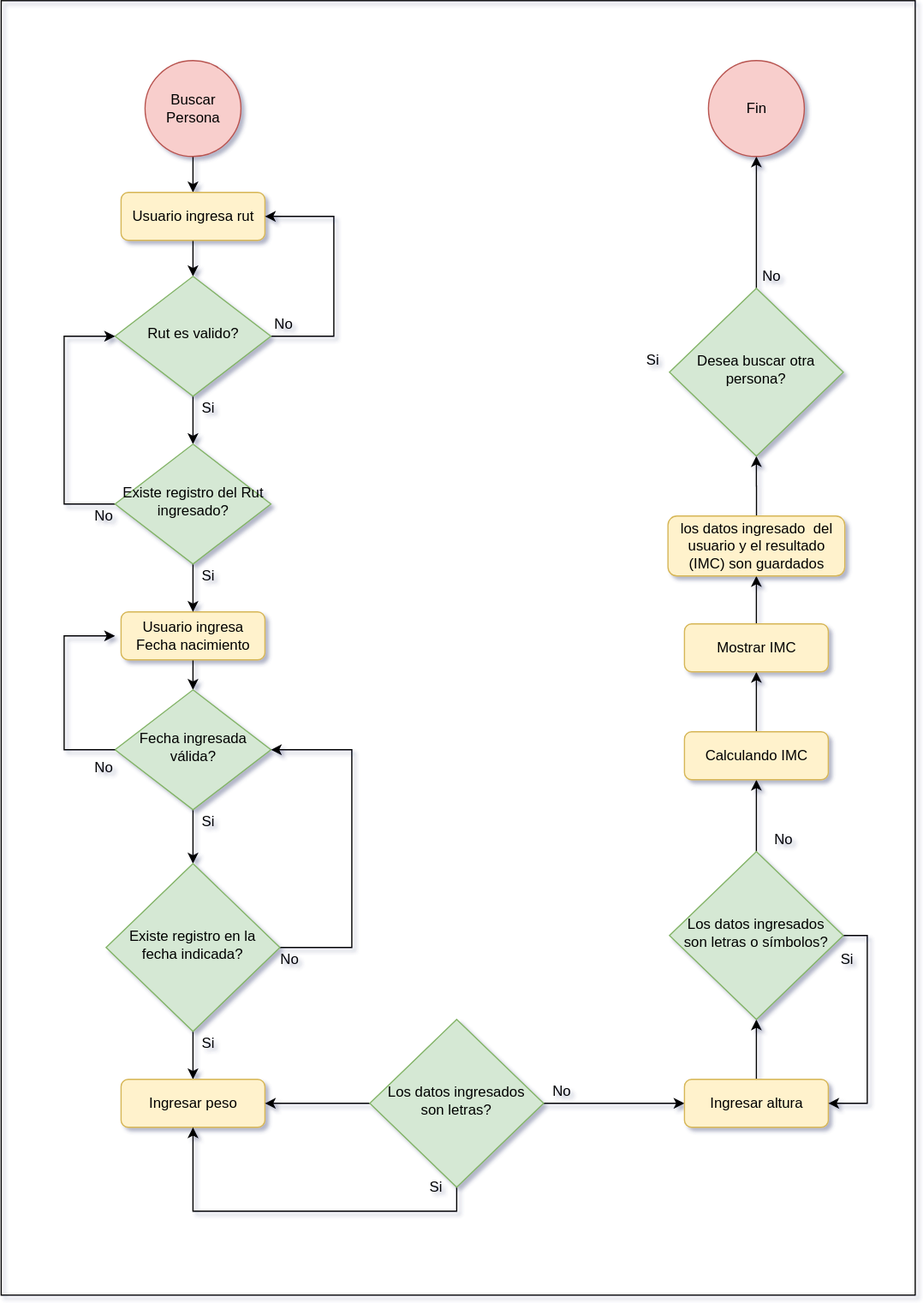
Before: Diagramas/DiagFlujoBuscarPersona.svg, a diagram exported from draw.io (MaxIbanez/Taller1P1_MI_JC). Source tidied: cells renumbered, new cells last; positions are measured from the earlier drawing's top-left corner, leaving out a move shared by most shapes.
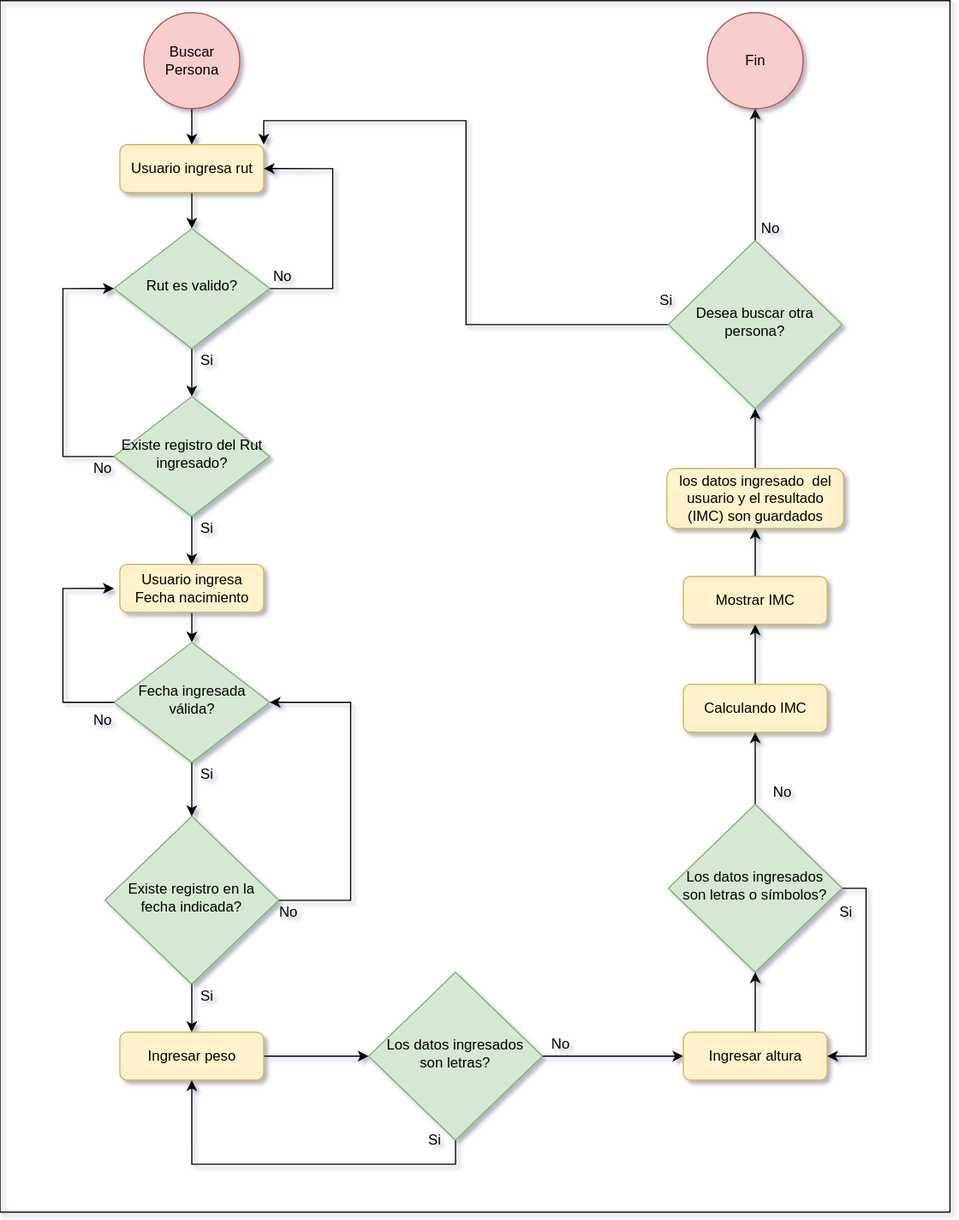
After the change.

The edit, as a diff of the source:
```diff
@@ -37,6 +37,9 @@
     <mxCell id="11" value="Si&lt;br&gt;" style="text;html=1;align=center;verticalAlign=middle;" parent="1" vertex="1">
       <mxGeometry x="157" y="860" width="30" height="20" as="geometry" />
     </mxCell>
+    <mxCell id="54" style="edgeStyle=orthogonalEdgeStyle;rounded=0;jettySize=auto;html=1;entryX=0;entryY=0.5;entryDx=0;entryDy=0;" parent="1" edge="1" source="12" target="16">
+      <mxGeometry relative="1" as="geometry" />
+    </mxCell>
     <mxCell id="12" value="Ingresar peso" style="rounded=1;whiteSpace=wrap;html=1;fontSize=12;glass=0;strokeWidth=1;shadow=0;fillColor=#fff2cc;strokeColor=#d6b656;" parent="1" vertex="1">
       <mxGeometry x="99.5" y="900" width="120" height="40" as="geometry" />
     </mxCell>
@@ -48,9 +51,6 @@
         </Array>
       </mxGeometry>
     </mxCell>
-    <mxCell id="14" style="edgeStyle=orthogonalEdgeStyle;rounded=0;jettySize=auto;html=1;entryX=1;entryY=0.5;entryDx=0;entryDy=0;" parent="1" edge="1" source="16" target="12">
-      <mxGeometry relative="1" as="geometry" />
-    </mxCell>
     <mxCell id="15" style="edgeStyle=orthogonalEdgeStyle;rounded=0;jettySize=auto;html=1;" parent="1" edge="1" source="16" target="19">
       <mxGeometry relative="1" as="geometry" />
     </mxCell>
@@ -116,11 +116,14 @@
     <mxCell id="34" style="edgeStyle=orthogonalEdgeStyle;rounded=0;jettySize=auto;html=1;entryX=0.5;entryY=1;entryDx=0;entryDy=0;" parent="1" edge="1" source="35" target="37">
       <mxGeometry relative="1" as="geometry" />
     </mxCell>
+    <mxCell id="55" style="edgeStyle=orthogonalEdgeStyle;rounded=0;jettySize=auto;html=1;entryX=1;entryY=0;entryDx=0;entryDy=0;" parent="1" edge="1" source="35" target="41">
+      <mxGeometry relative="1" as="geometry" />
+    </mxCell>
     <mxCell id="35" value="Desea buscar otra persona?" style="rhombus;whiteSpace=wrap;html=1;shadow=0;fontFamily=Helvetica;fontSize=12;align=center;strokeWidth=1;spacing=6;spacingTop=-4;fillColor=#d5e8d4;strokeColor=#82b366;" parent="1" vertex="1">
       <mxGeometry x="557" y="240" width="145" height="140" as="geometry" />
     </mxCell>
     <mxCell id="36" value="Si" style="text;html=1;align=center;verticalAlign=middle;" parent="1" vertex="1">
-      <mxGeometry x="528.2" y="290" width="30" height="20" as="geometry" />
+      <mxGeometry x="539.5" y="280" width="30" height="20" as="geometry" />
     </mxCell>
     <mxCell id="37" value="Fin" style="ellipse;whiteSpace=wrap;html=1;fillColor=#f8cecc;strokeColor=#b85450;" parent="1" vertex="1">
       <mxGeometry x="589.5" y="50" width="80" height="80" as="geometry" />
@@ -129,7 +132,7 @@
       <mxGeometry x="627" y="220" width="30" height="20" as="geometry" />
     </mxCell>
     <mxCell id="39" style="rounded=0;whiteSpace=wrap;html=1;fillColor=none;" parent="1" vertex="1">
-      <mxGeometry x="-0.5" width="762.5" height="1080" as="geometry" />
+      <mxGeometry x="-0.5" y="40" width="792.5" height="1010" as="geometry" />
     </mxCell>
     <mxCell id="40" style="edgeStyle=orthogonalEdgeStyle;rounded=0;jettySize=auto;html=1;" parent="1" edge="1" source="41" target="44">
       <mxGeometry relative="1" as="geometry" />
```
